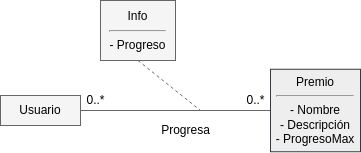
This is documentacion/funcionalidad 6/MD-funcionalidad6.png from mikel-egana-aranguren/ADSI-22-23-Tetris, a draw.io export, as it was before one commit. Source tidied: cells renumbered, new cells last; positions are measured from the earlier drawing's top-left corner, leaving out a move shared by most shapes.
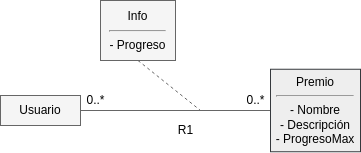
After the change.

Diff of the diagram source:
```diff
@@ -25,8 +25,8 @@
     <mxCell id="8" value="0..*" style="text;html=1;align=center;verticalAlign=middle;strokeColor=none;fillColor=none;fontSize=12;fontFamily=Helvetica;fontColor=#000000;" parent="1" vertex="1">
       <mxGeometry x="240" y="90" width="30" height="20" as="geometry" />
     </mxCell>
-    <mxCell id="9" value="Progresa" style="text;html=1;align=center;verticalAlign=middle;strokeColor=none;fillColor=none;fontColor=#000000;" parent="1" vertex="1">
-      <mxGeometry x="155" y="120" width="60" height="20" as="geometry" />
+    <mxCell id="9" value="R1" style="text;html=1;align=center;verticalAlign=middle;strokeColor=none;fillColor=none;fontColor=#000000;" parent="1" vertex="1">
+      <mxGeometry x="170" y="120" width="30" height="20" as="geometry" />
     </mxCell>
   </root>
 </mxGraphModel>
```
